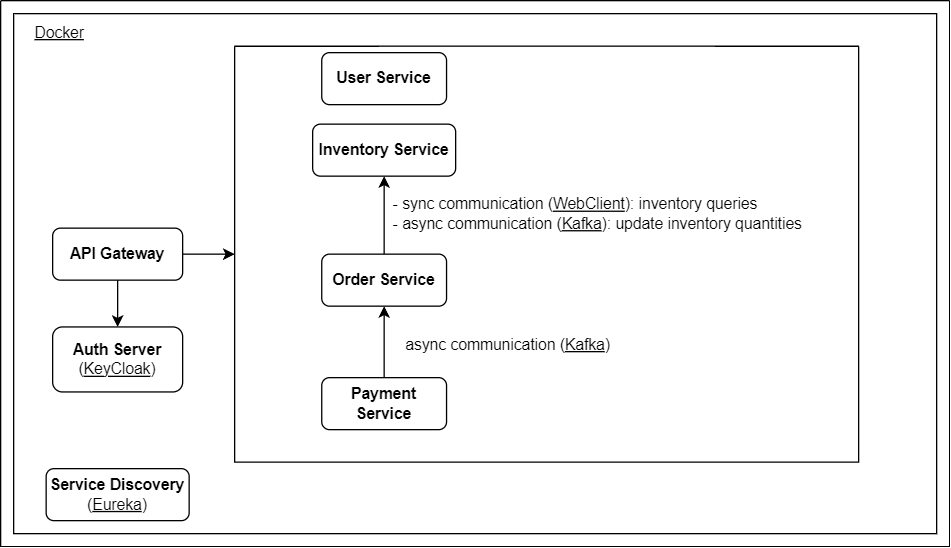
This is architecture.png from SL1015/e-commerce-backend, a draw.io export, as it was before one commit. Source tidied: cells renumbered, new cells last; positions are measured from the earlier drawing's top-left corner, leaving out a move shared by most shapes. Its diagram source:
```xml
<mxGraphModel>
  <root>
    <mxCell id="0" />
    <mxCell id="1" parent="0" />
    <mxCell id="2" style="edgeStyle=orthogonalEdgeStyle;rounded=0;jettySize=auto;html=1;exitX=0.5;exitY=1;exitDx=0;exitDy=0;entryX=0.5;entryY=0;entryDx=0;entryDy=0;" parent="1" edge="1" source="18" target="4">
      <mxGeometry relative="1" as="geometry" />
    </mxCell>
    <mxCell id="3" style="edgeStyle=orthogonalEdgeStyle;rounded=0;jettySize=auto;html=1;exitX=1;exitY=0.5;exitDx=0;exitDy=0;" parent="1" edge="1" source="18" target="10">
      <mxGeometry relative="1" as="geometry" />
    </mxCell>
    <mxCell id="4" value="&lt;b&gt;Auth Server&lt;/b&gt;&lt;br&gt;(&lt;u&gt;KeyCloak&lt;/u&gt;)" style="rounded=1;whiteSpace=wrap;html=1;" parent="1" vertex="1">
      <mxGeometry x="40" y="251" width="100" height="50" as="geometry" />
    </mxCell>
    <mxCell id="5" value="&lt;b&gt;Inventory Service&lt;/b&gt;" style="rounded=1;whiteSpace=wrap;html=1;" parent="1" vertex="1">
      <mxGeometry x="240" y="95" width="110" height="40" as="geometry" />
    </mxCell>
    <mxCell id="6" style="edgeStyle=orthogonalEdgeStyle;rounded=0;jettySize=auto;html=1;exitX=0.5;exitY=0;exitDx=0;exitDy=0;entryX=0.5;entryY=1;entryDx=0;entryDy=0;" parent="1" edge="1" source="7" target="5">
      <mxGeometry relative="1" as="geometry" />
    </mxCell>
    <mxCell id="7" value="&lt;b&gt;Order Service&lt;/b&gt;" style="rounded=1;whiteSpace=wrap;html=1;" parent="1" vertex="1">
      <mxGeometry x="247" y="195" width="96" height="40" as="geometry" />
    </mxCell>
    <mxCell id="8" style="edgeStyle=orthogonalEdgeStyle;rounded=0;jettySize=auto;html=1;exitX=0.5;exitY=0;exitDx=0;exitDy=0;entryX=0.5;entryY=1;entryDx=0;entryDy=0;" parent="1" edge="1" source="9" target="7">
      <mxGeometry relative="1" as="geometry" />
    </mxCell>
    <mxCell id="9" value="&lt;b&gt;Payment Service&lt;/b&gt;" style="rounded=1;whiteSpace=wrap;html=1;" parent="1" vertex="1">
      <mxGeometry x="247" y="290" width="96" height="40" as="geometry" />
    </mxCell>
    <mxCell id="10" style="swimlane;startSize=0;" parent="1" vertex="1">
      <mxGeometry x="180" y="35" width="480" height="320" as="geometry" />
    </mxCell>
    <mxCell id="11" style="swimlane;startSize=0;" parent="1" vertex="1">
      <mxGeometry width="730" height="420" as="geometry" />
    </mxCell>
    <mxCell id="12" style="rounded=0;whiteSpace=wrap;html=1;fontSize=12;fillColor=none;" parent="11" vertex="1">
      <mxGeometry x="10" y="10" width="710" height="400" as="geometry" />
    </mxCell>
    <mxCell id="13" value="&lt;font style=&quot;font-size: 12px;&quot;&gt;&lt;u style=&quot;&quot;&gt;Docker&lt;/u&gt;&lt;/font&gt;" style="text;html=1;align=center;verticalAlign=middle;strokeColor=none;fillColor=none;" parent="11" vertex="1">
      <mxGeometry x="15" y="10" width="60" height="30" as="geometry" />
    </mxCell>
    <mxCell id="14" value="&lt;b&gt;User Service&lt;/b&gt;" style="rounded=1;whiteSpace=wrap;html=1;" parent="11" vertex="1">
      <mxGeometry x="247" y="40" width="96" height="40" as="geometry" />
    </mxCell>
    <mxCell id="15" value="async communication (&lt;u&gt;Kafka&lt;/u&gt;)" style="text;html=1;align=center;verticalAlign=middle;strokeColor=none;fillColor=none;" parent="11" vertex="1">
      <mxGeometry x="300" y="250" width="180" height="30" as="geometry" />
    </mxCell>
    <mxCell id="16" value="&lt;font style=&quot;font-size: 12px;&quot;&gt;- sync communication (&lt;u&gt;WebClient&lt;/u&gt;): inventory queries&lt;br&gt;- async communication (&lt;u&gt;Kafka&lt;/u&gt;): update inventory quantities&lt;/font&gt;" style="text;html=1;align=left;verticalAlign=middle;strokeColor=none;fillColor=none;" parent="11" vertex="1">
      <mxGeometry x="300" y="144" width="340" height="40" as="geometry" />
    </mxCell>
    <mxCell id="17" value="&lt;b&gt;Service Discovery&lt;/b&gt;&lt;br&gt;(&lt;u&gt;Eureka&lt;/u&gt;)" style="rounded=1;whiteSpace=wrap;html=1;" parent="11" vertex="1">
      <mxGeometry x="35" y="360" width="110" height="40" as="geometry" />
    </mxCell>
    <mxCell id="18" value="&lt;b&gt;API Gateway&lt;/b&gt;" style="rounded=1;whiteSpace=wrap;html=1;" parent="11" vertex="1">
      <mxGeometry x="40" y="175" width="100" height="40" as="geometry" />
    </mxCell>
  </root>
</mxGraphModel>
```
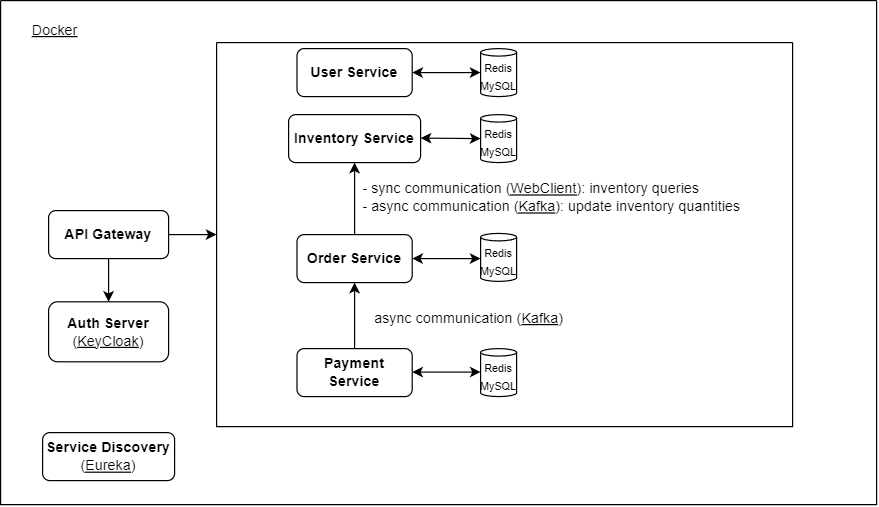
The same diagram one commit later.

What changed in the source:
```diff
@@ -32,9 +32,6 @@
     <mxCell id="11" style="swimlane;startSize=0;" parent="1" vertex="1">
       <mxGeometry width="730" height="420" as="geometry" />
     </mxCell>
-    <mxCell id="12" style="rounded=0;whiteSpace=wrap;html=1;fontSize=12;fillColor=none;" parent="11" vertex="1">
-      <mxGeometry x="10" y="10" width="710" height="400" as="geometry" />
-    </mxCell>
     <mxCell id="13" value="&lt;font style=&quot;font-size: 12px;&quot;&gt;&lt;u style=&quot;&quot;&gt;Docker&lt;/u&gt;&lt;/font&gt;" style="text;html=1;align=center;verticalAlign=middle;strokeColor=none;fillColor=none;" parent="11" vertex="1">
       <mxGeometry x="15" y="10" width="60" height="30" as="geometry" />
     </mxCell>
@@ -53,5 +50,38 @@
     <mxCell id="18" value="&lt;b&gt;API Gateway&lt;/b&gt;" style="rounded=1;whiteSpace=wrap;html=1;" parent="11" vertex="1">
       <mxGeometry x="40" y="175" width="100" height="40" as="geometry" />
     </mxCell>
+    <mxCell id="19" value="&lt;font style=&quot;font-size: 9px;&quot;&gt;Redis&lt;br&gt;MySQL&lt;/font&gt;" style="shape=cylinder3;whiteSpace=wrap;html=1;boundedLbl=1;backgroundOutline=1;size=3.123297373453781;" parent="11" vertex="1">
+      <mxGeometry x="400" y="40" width="30" height="40" as="geometry" />
+    </mxCell>
+    <mxCell id="20" value="&lt;font style=&quot;font-size: 9px;&quot;&gt;Redis&lt;br&gt;MySQL&lt;/font&gt;" style="shape=cylinder3;whiteSpace=wrap;html=1;boundedLbl=1;backgroundOutline=1;size=3.123297373453781;" parent="11" vertex="1">
+      <mxGeometry x="400" y="95" width="30" height="40" as="geometry" />
+    </mxCell>
+    <mxCell id="21" value="&lt;font style=&quot;font-size: 9px;&quot;&gt;Redis&lt;br&gt;MySQL&lt;/font&gt;" style="shape=cylinder3;whiteSpace=wrap;html=1;boundedLbl=1;backgroundOutline=1;size=3.123297373453781;" parent="11" vertex="1">
+      <mxGeometry x="400" y="194" width="30" height="40" as="geometry" />
+    </mxCell>
+    <mxCell id="22" value="&lt;font style=&quot;font-size: 9px;&quot;&gt;Redis&lt;br&gt;MySQL&lt;/font&gt;" style="shape=cylinder3;whiteSpace=wrap;html=1;boundedLbl=1;backgroundOutline=1;size=3.123297373453781;" parent="11" vertex="1">
+      <mxGeometry x="400" y="290" width="30" height="40" as="geometry" />
+    </mxCell>
+    <mxCell id="23" style="endArrow=classic;startArrow=classic;html=1;rounded=0;entryX=1;entryY=0.5;entryDx=0;entryDy=0;" parent="11" edge="1" source="19" target="14">
+      <mxGeometry relative="1" as="geometry" />
+    </mxCell>
+    <mxCell id="24" style="endArrow=classic;startArrow=classic;html=1;rounded=0;entryX=1;entryY=0.5;entryDx=0;entryDy=0;" parent="11" edge="1">
+      <mxGeometry relative="1" as="geometry">
+        <mxPoint x="400" y="115" as="sourcePoint" />
+        <mxPoint x="350" y="114.6" as="targetPoint" />
+      </mxGeometry>
+    </mxCell>
+    <mxCell id="25" style="endArrow=classic;startArrow=classic;html=1;rounded=0;entryX=1;entryY=0.5;entryDx=0;entryDy=0;" parent="11" edge="1">
+      <mxGeometry relative="1" as="geometry">
+        <mxPoint x="400" y="215" as="sourcePoint" />
+        <mxPoint x="343" y="215" as="targetPoint" />
+      </mxGeometry>
+    </mxCell>
+    <mxCell id="26" style="endArrow=classic;startArrow=classic;html=1;rounded=0;entryX=1;entryY=0.5;entryDx=0;entryDy=0;" parent="11" edge="1">
+      <mxGeometry relative="1" as="geometry">
+        <mxPoint x="400" y="309.6" as="sourcePoint" />
+        <mxPoint x="343" y="309.6" as="targetPoint" />
+      </mxGeometry>
+    </mxCell>
   </root>
 </mxGraphModel>
```
